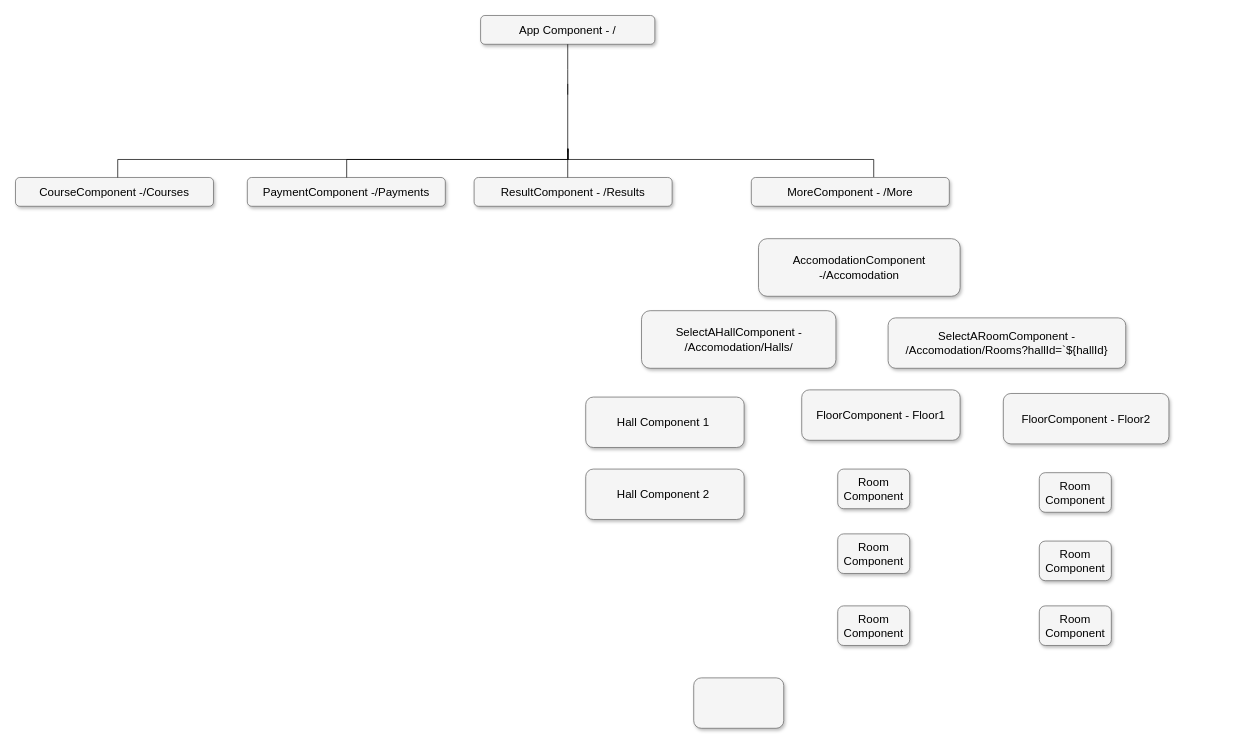
MadeByIbukunoluwa/temp-repo keeps this draw.io diagram as content/Untitled Diagram.drawio. Above is the earlier version. Source tidied: cells renumbered, new cells numbered last; positions are measured from the earlier drawing's top-left corner, leaving out a move shared by most shapes. Both pictures are drawn from the tidied source at 72%, with x=0, y=0 at pixel (15, 15).
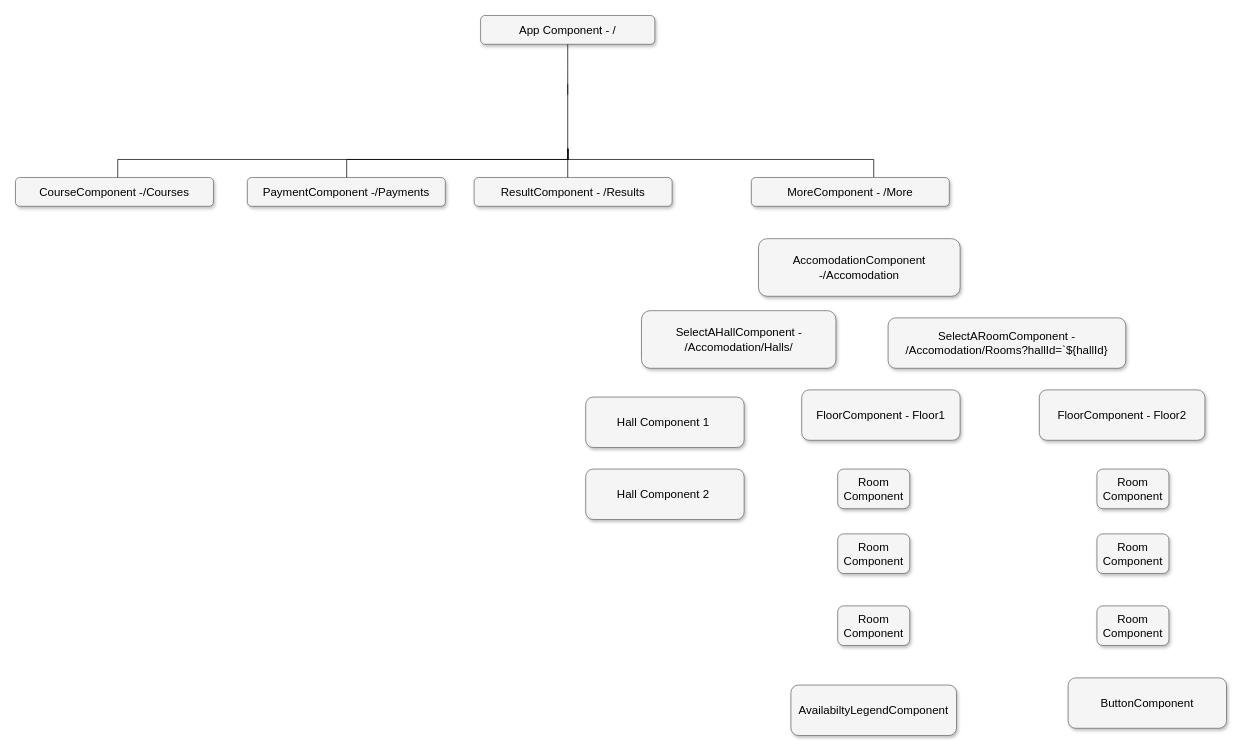
The same diagram, later.

Commit message:
Added Other Components

What changed in the source:
```diff
@@
-    <mxCell id="17" style="whiteSpace=wrap;html=1;rounded=1;shadow=1;strokeWidth=1;fontSize=16;align=center;fillColor=#f5f5f5;strokeColor=#666666;" parent="1" vertex="1">
-      <mxGeometry x="942" y="920" width="125" height="70" as="geometry" />
+    <mxCell id="17" value="AvailabiltyLegendComponent" style="whiteSpace=wrap;html=1;rounded=1;shadow=1;strokeWidth=1;fontSize=16;align=center;fillColor=#f5f5f5;strokeColor=#666666;" parent="1" vertex="1">
+      <mxGeometry x="1077" y="930" width="230" height="70" as="geometry" />
     </mxCell>
@@
     <mxCell id="22" value="FloorComponent - Floor2" style="whiteSpace=wrap;html=1;fontSize=16;fillColor=#f5f5f5;strokeColor=#666666;rounded=1;shadow=1;strokeWidth=1;" parent="1" vertex="1">
-      <mxGeometry x="1372" y="525" width="230" height="70" as="geometry" />
+      <mxGeometry x="1422" y="520" width="230" height="70" as="geometry" />
     </mxCell>
@@
     <mxCell id="28" value="Room Component" style="whiteSpace=wrap;html=1;fontSize=16;fillColor=#f5f5f5;strokeColor=#666666;rounded=1;shadow=1;strokeWidth=1;" parent="1" vertex="1">
-      <mxGeometry x="1422" y="820" width="100" height="55" as="geometry" />
+      <mxGeometry x="1502" y="820" width="100" height="55" as="geometry" />
     </mxCell>
     <mxCell id="29" value="Room Component" style="whiteSpace=wrap;html=1;fontSize=16;fillColor=#f5f5f5;strokeColor=#666666;rounded=1;shadow=1;strokeWidth=1;" parent="1" vertex="1">
-      <mxGeometry x="1422" y="730" width="100" height="55" as="geometry" />
+      <mxGeometry x="1502" y="720" width="100" height="55" as="geometry" />
     </mxCell>
     <mxCell id="30" value="Room Component" style="whiteSpace=wrap;html=1;fontSize=16;fillColor=#f5f5f5;strokeColor=#666666;rounded=1;shadow=1;strokeWidth=1;" parent="1" vertex="1">
-      <mxGeometry x="1422" y="635" width="100" height="55" as="geometry" />
+      <mxGeometry x="1502" y="630" width="100" height="55" as="geometry" />
     </mxCell>
+    <mxCell id="31" value="ButtonComponent" style="whiteSpace=wrap;html=1;fontSize=16;fillColor=#f5f5f5;strokeColor=#666666;rounded=1;shadow=1;strokeWidth=1;" parent="1" vertex="1">
+      <mxGeometry x="1462" y="920" width="220" height="70" as="geometry" />
+    </mxCell>
```
